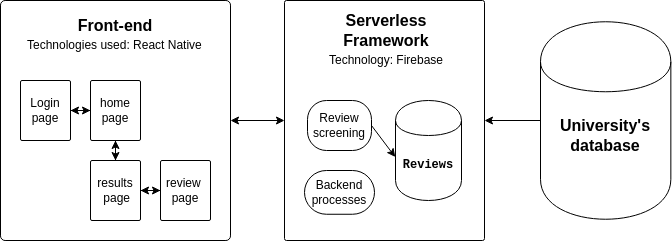
This is documents/proposal/projectUml.drawio.png from Ahmed-Waseem77/valuni, a draw.io export, as it was before one commit. Source tidied: cells renumbered, new cells last; positions are measured from the earlier drawing's top-left corner, leaving out a move shared by most shapes.
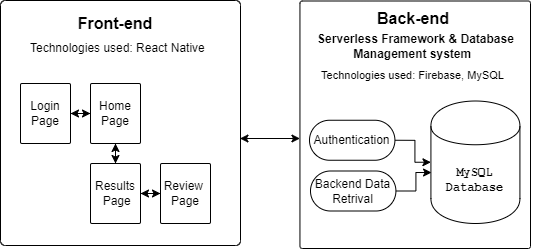
The same diagram one commit later.

Commit message:
Added High level architecture diagram

What changed in the source:
```diff
@@ -2,68 +2,68 @@
   <root>
     <mxCell id="0" />
     <mxCell id="1" parent="0" />
-    <mxCell id="2" style="shape=cylinder;whiteSpace=wrap;html=1;boundedLbl=1;backgroundOutline=1;fontStyle=1;fontFamily=Courier New;" parent="1" vertex="1">
-      <mxGeometry x="540" y="21.2" width="130.3" height="197.5" as="geometry" />
-    </mxCell>
-    <mxCell id="3" style="edgeStyle=orthogonalEdgeStyle;rounded=0;jettySize=auto;html=1;entryX=0;entryY=0.5;entryDx=0;entryDy=0;startArrow=classic;startFill=1;" parent="1" edge="1" source="4" target="6">
-      <mxGeometry relative="1" as="geometry" />
-    </mxCell>
     <mxCell id="4" style="rounded=1;whiteSpace=wrap;html=1;arcSize=2;" parent="1" vertex="1">
-      <mxGeometry width="230" height="240" as="geometry" />
+      <mxGeometry y="-3" width="240" height="245" as="geometry" />
     </mxCell>
-    <mxCell id="5" style="edgeStyle=orthogonalEdgeStyle;rounded=0;jettySize=auto;html=1;entryX=0;entryY=0.5;entryDx=0;entryDy=0;endArrow=none;endFill=0;startArrow=classic;startFill=1;" parent="1" edge="1" source="6" target="2">
-      <mxGeometry relative="1" as="geometry" />
-    </mxCell>
     <mxCell id="6" style="rounded=1;whiteSpace=wrap;html=1;arcSize=1;" parent="1" vertex="1">
-      <mxGeometry x="284" width="200" height="240" as="geometry" />
+      <mxGeometry x="299.4" y="-2.5" width="230.6" height="247.5" as="geometry" />
     </mxCell>
     <mxCell id="7" value="Front-end" style="text;html=1;strokeColor=none;fillColor=none;align=center;verticalAlign=middle;whiteSpace=wrap;rounded=0;fontStyle=1;fontSize=16;" parent="1" vertex="1">
-      <mxGeometry x="68" y="10" width="94" height="30" as="geometry" />
+      <mxGeometry x="68" y="5" width="94" height="30" as="geometry" />
     </mxCell>
-    <mxCell id="8" value="Serverless Framework" style="text;html=1;strokeColor=none;fillColor=none;align=center;verticalAlign=middle;whiteSpace=wrap;rounded=0;fontStyle=1;fontSize=16;" parent="1" vertex="1">
-      <mxGeometry x="339" y="15" width="94" height="30" as="geometry" />
+    <mxCell id="8" value="&lt;font style=&quot;font-size: 12px;&quot;&gt;Serverless Framework &amp;amp; Database Management system&amp;nbsp;&amp;nbsp;&lt;/font&gt;" style="text;html=1;strokeColor=none;fillColor=none;align=center;verticalAlign=middle;whiteSpace=wrap;rounded=0;fontStyle=1;fontSize=12;" parent="1" vertex="1">
+      <mxGeometry x="287.4" y="28" width="257" height="30" as="geometry" />
     </mxCell>
     <mxCell id="9" value="Technologies used: React Native" style="text;html=1;strokeColor=none;fillColor=none;align=left;verticalAlign=middle;whiteSpace=wrap;rounded=0;" parent="1" vertex="1">
-      <mxGeometry x="25" y="30" width="180" height="30" as="geometry" />
+      <mxGeometry x="28" y="30" width="180" height="30" as="geometry" />
     </mxCell>
-    <mxCell id="10" value="Technology: Firebase" style="text;html=1;strokeColor=none;fillColor=none;align=center;verticalAlign=middle;whiteSpace=wrap;rounded=0;" parent="1" vertex="1">
-      <mxGeometry x="296" y="45" width="180" height="30" as="geometry" />
+    <mxCell id="10" value="Technologies used: Firebase, MySQL" style="text;html=1;strokeColor=none;fillColor=none;align=center;verticalAlign=middle;whiteSpace=wrap;rounded=0;fontSize=11;" parent="1" vertex="1">
+      <mxGeometry x="310" y="57" width="205.3" height="30" as="geometry" />
     </mxCell>
-    <mxCell id="11" value="University's database" style="text;html=1;strokeColor=none;fillColor=none;align=center;verticalAlign=middle;whiteSpace=wrap;rounded=0;fontStyle=1;fontSize=16;" parent="1" vertex="1">
-      <mxGeometry x="558.2" y="125" width="94" height="20" as="geometry" />
-    </mxCell>
-    <mxCell id="12" value="Reviews" style="shape=cylinder;whiteSpace=wrap;html=1;boundedLbl=1;backgroundOutline=1;fontStyle=1;fontFamily=Courier New;" parent="1" vertex="1">
-      <mxGeometry x="395" y="100" width="66" height="100" as="geometry" />
+    <mxCell id="12" value="MySQL Database" style="shape=cylinder;whiteSpace=wrap;html=1;boundedLbl=1;backgroundOutline=1;fontStyle=1;fontFamily=Courier New;" parent="1" vertex="1">
+      <mxGeometry x="430.4" y="97.5" width="89" height="122.5" as="geometry" />
     </mxCell>
     <mxCell id="13" style="edgeStyle=orthogonalEdgeStyle;rounded=0;jettySize=auto;html=1;entryX=0;entryY=0.5;entryDx=0;entryDy=0;startArrow=classic;startFill=1;" parent="1" edge="1" source="14" target="16">
       <mxGeometry relative="1" as="geometry" />
     </mxCell>
-    <mxCell id="14" value="Login&lt;br&gt;page" style="rounded=1;whiteSpace=wrap;html=1;arcSize=3;" parent="1" vertex="1">
+    <mxCell id="14" value="Login&lt;br&gt;Page" style="rounded=1;whiteSpace=wrap;html=1;arcSize=3;" parent="1" vertex="1">
       <mxGeometry x="20" y="80" width="50" height="60" as="geometry" />
     </mxCell>
     <mxCell id="15" style="edgeStyle=orthogonalEdgeStyle;rounded=0;jettySize=auto;html=1;entryX=0.5;entryY=0;entryDx=0;entryDy=0;startArrow=classic;startFill=1;" parent="1" edge="1" source="16" target="19">
       <mxGeometry relative="1" as="geometry" />
     </mxCell>
-    <mxCell id="16" value="home &lt;br&gt;page" style="rounded=1;whiteSpace=wrap;html=1;arcSize=3;" parent="1" vertex="1">
+    <mxCell id="16" value="Home &lt;br&gt;Page" style="rounded=1;whiteSpace=wrap;html=1;arcSize=3;" parent="1" vertex="1">
       <mxGeometry x="90" y="80" width="50" height="60" as="geometry" />
     </mxCell>
-    <mxCell id="17" value="review&amp;nbsp;&lt;br&gt;page" style="rounded=1;whiteSpace=wrap;html=1;arcSize=3;" parent="1" vertex="1">
+    <mxCell id="17" value="Review&amp;nbsp;&lt;br&gt;Page" style="rounded=1;whiteSpace=wrap;html=1;arcSize=3;" parent="1" vertex="1">
       <mxGeometry x="160" y="160" width="50" height="60" as="geometry" />
     </mxCell>
     <mxCell id="18" style="edgeStyle=orthogonalEdgeStyle;rounded=0;jettySize=auto;html=1;entryX=0;entryY=0.5;entryDx=0;entryDy=0;startArrow=classic;startFill=1;" parent="1" edge="1" source="19" target="17">
       <mxGeometry relative="1" as="geometry" />
     </mxCell>
-    <mxCell id="19" value="results&lt;br&gt;&amp;nbsp;page" style="rounded=1;whiteSpace=wrap;html=1;arcSize=3;" parent="1" vertex="1">
+    <mxCell id="19" value="Results&lt;br&gt;&amp;nbsp;Page" style="rounded=1;whiteSpace=wrap;html=1;arcSize=3;" parent="1" vertex="1">
       <mxGeometry x="90" y="160" width="50" height="60" as="geometry" />
     </mxCell>
-    <mxCell id="20" value="Review screening" style="rounded=1;whiteSpace=wrap;html=1;arcSize=38;" parent="1" vertex="1">
-      <mxGeometry x="307" y="100" width="64" height="50" as="geometry" />
-    </mxCell>
-    <mxCell id="21" style="endArrow=classic;html=1;rounded=0;exitX=1;exitY=0.5;exitDx=0;exitDy=0;entryX=-0.004;entryY=0.565;entryDx=0;entryDy=0;entryPerimeter=0;" parent="1" edge="1" source="20" target="12">
-      <mxGeometry relative="1" as="geometry" />
-    </mxCell>
-    <mxCell id="22" value="Backend processes" style="rounded=1;whiteSpace=wrap;html=1;arcSize=50;" parent="1" vertex="1">
-      <mxGeometry x="304" y="170" width="70" height="43.8" as="geometry" />
+    <mxCell id="22" value="Backend Data Retrival" style="rounded=1;whiteSpace=wrap;html=1;arcSize=50;" parent="1" vertex="1">
+      <mxGeometry x="310" y="167.5" width="85.4" height="40" as="geometry" />
     </mxCell>
+    <mxCell id="23" style="edgeStyle=orthogonalEdgeStyle;rounded=0;jettySize=auto;html=1;exitX=1;exitY=0.5;exitDx=0;exitDy=0;" parent="1" edge="1" source="24" target="12">
+      <mxGeometry relative="1" as="geometry" />
+    </mxCell>
+    <mxCell id="24" value="Authentication" style="rounded=1;whiteSpace=wrap;html=1;arcSize=50;" parent="1" vertex="1">
+      <mxGeometry x="309" y="116.8" width="85.4" height="40" as="geometry" />
+    </mxCell>
+    <mxCell id="25" value="Back-end" style="text;html=1;strokeColor=none;fillColor=none;align=center;verticalAlign=middle;whiteSpace=wrap;rounded=0;fontStyle=1;fontSize=16;" parent="1" vertex="1">
+      <mxGeometry x="365.7" y="-1" width="94" height="31" as="geometry" />
+    </mxCell>
+    <mxCell id="26" style="endArrow=classic;startArrow=classic;html=1;rounded=0;" parent="1" edge="1">
+      <mxGeometry relative="1" as="geometry">
+        <mxPoint x="239.4" y="135" as="sourcePoint" />
+        <mxPoint x="299.4" y="135" as="targetPoint" />
+      </mxGeometry>
+    </mxCell>
+    <mxCell id="27" style="edgeStyle=orthogonalEdgeStyle;rounded=0;jettySize=auto;html=1;exitX=1;exitY=0.5;exitDx=0;exitDy=0;entryX=0.007;entryY=0.584;entryDx=0;entryDy=0;entryPerimeter=0;" parent="1" edge="1" source="22" target="12">
+      <mxGeometry relative="1" as="geometry" />
+    </mxCell>
   </root>
 </mxGraphModel>
```
